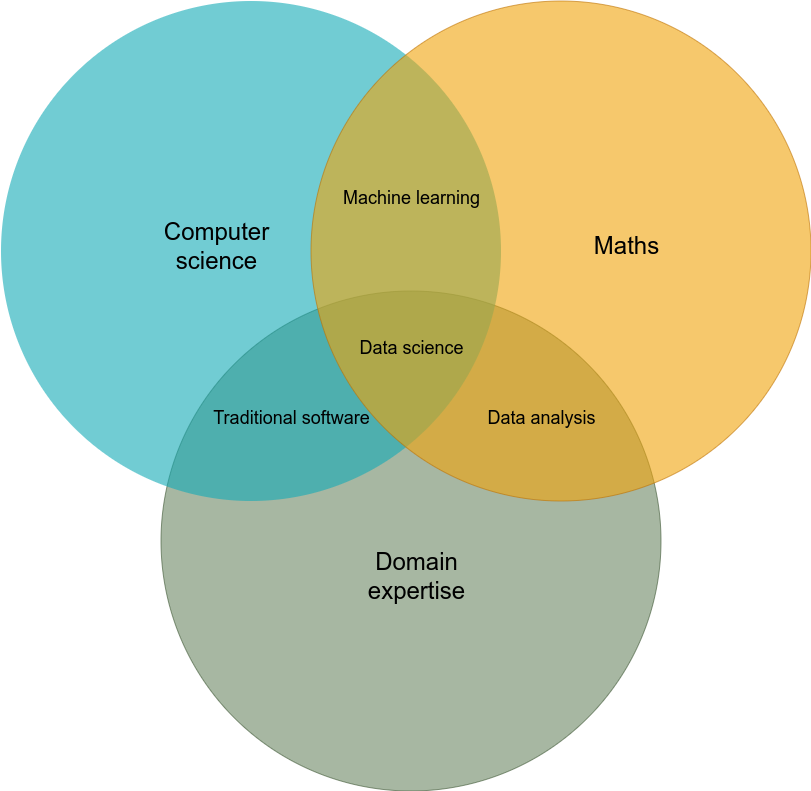
The draw.io diagram diagrams/computer_science_vs_math_vs_domain_expertise.drawio.png in ryndovaira-org/data_science_lectures, before a commit. Source tidied: cells renumbered, new cells last; positions are measured from the earlier drawing's top-left corner, leaving out a move shared by most shapes.
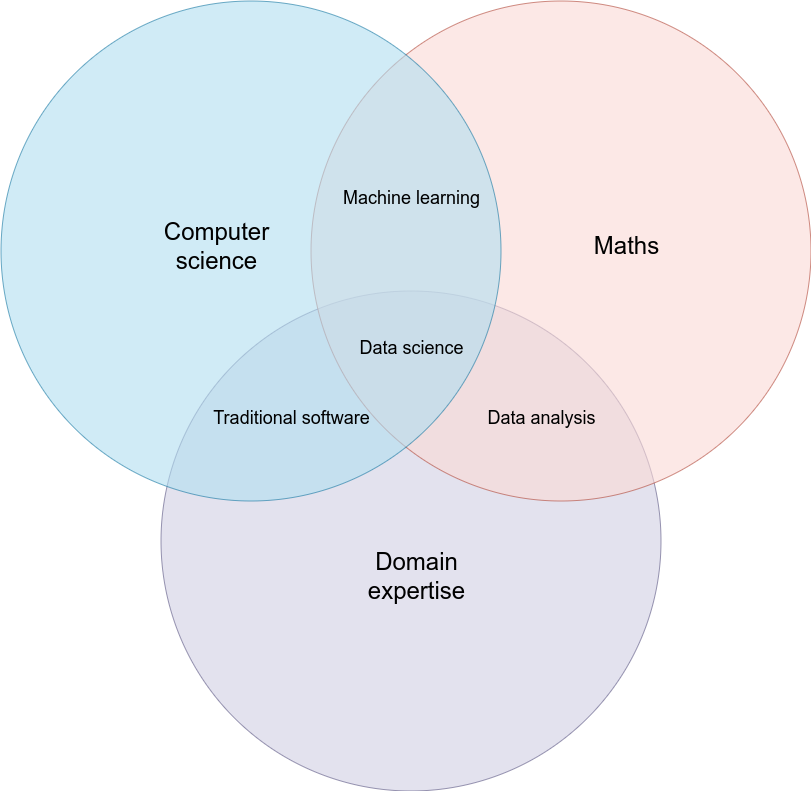
The same diagram one commit later.

Diff of the diagram source:
```diff
@@ -2,15 +2,15 @@
   <root>
     <mxCell id="0" />
     <mxCell id="1" parent="0" />
-    <mxCell id="2" style="ellipse;fillColor=#6d8764;opacity=60;strokeColor=#3A5431;html=1;fontColor=#ffffff;fontSize=19;" parent="1" vertex="1">
+    <mxCell id="2" style="ellipse;fillColor=#d0cee2;opacity=60;strokeColor=#56517e;html=1;fontSize=19;" parent="1" vertex="1">
       <mxGeometry x="159.5" y="290.5" width="500" height="500" as="geometry" />
     </mxCell>
+    <mxCell id="4" style="ellipse;opacity=60;html=1;fontSize=19;fillColor=#fad9d5;strokeColor=#ae4132;" parent="1" vertex="1">
+      <mxGeometry x="309.5" y="0.5" width="500" height="500" as="geometry" />
+    </mxCell>
-    <mxCell id="3" style="ellipse;fillColor=#12AAB5;opacity=60;strokeColor=none;html=1;fontColor=#FFFFFF;fontSize=19;" parent="1" vertex="1">
+    <mxCell id="3" style="ellipse;fillColor=#b1ddf0;opacity=60;strokeColor=#10739e;html=1;fontSize=19;" parent="1" vertex="1">
       <mxGeometry x="-0.5" y="0.5" width="500" height="500" as="geometry" />
     </mxCell>
-    <mxCell id="4" style="ellipse;fillColor=#f0a30a;opacity=60;strokeColor=#BD7000;html=1;fontColor=#000000;fontSize=19;" parent="1" vertex="1">
-      <mxGeometry x="309.5" y="0.5" width="500" height="500" as="geometry" />
-    </mxCell>
     <mxCell id="5" value="&lt;div style=&quot;font-size: 24px;&quot;&gt;Computer&lt;/div&gt;&lt;div style=&quot;font-size: 24px;&quot;&gt;science&lt;/div&gt;" style="text;fontSize=24;align=center;verticalAlign=middle;html=1;fontColor=#000000;" parent="1" vertex="1">
       <mxGeometry x="119.5" y="210.5" width="190" height="70" as="geometry" />
     </mxCell>
```
